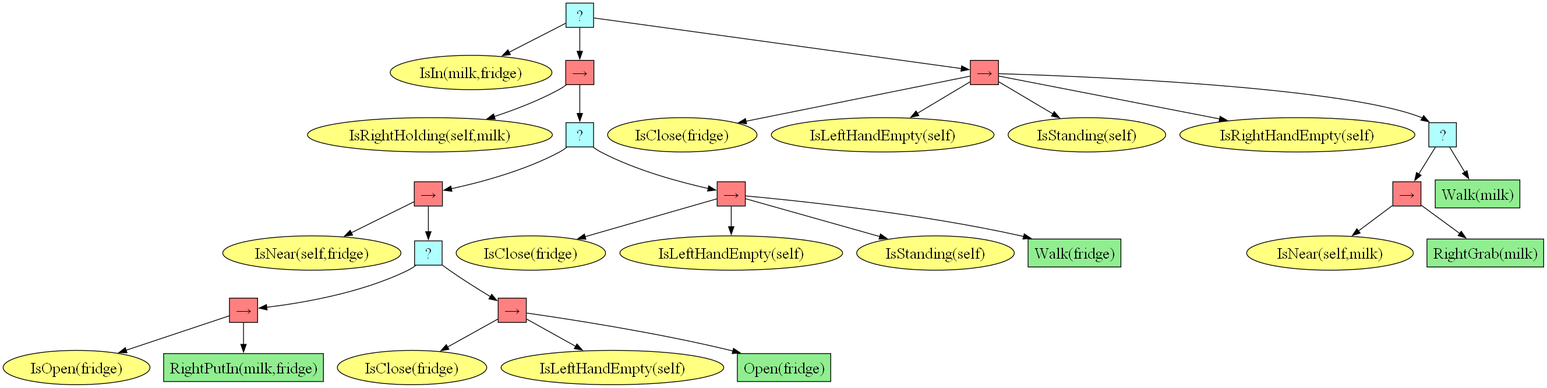
This is test_exp/behavior_tree.png from DIDS-EI/BTPG, a Graphviz export, as it was before one commit. Its source is kept beside it as test_exp/behavior_tree.dot.
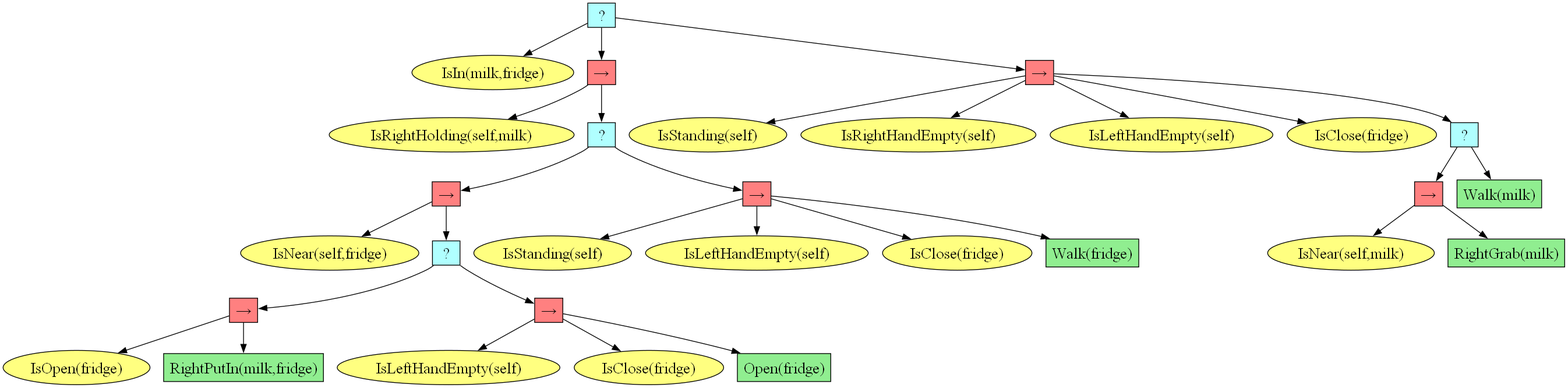
Above is the later version.

Change to the diagram source:
```diff
@@ -3,63 +3,63 @@
 graph [fontname="times-roman"];
 node [fontname="times-roman"];
 edge [fontname="times-roman"];
-"a46eadc3-27ec-4adf-96a3-890cd200cc27" [fillcolor="#B0FFFF", fontcolor=black, fontsize=20, height=0.01, label=" ? ", shape=box, style=filled, width=0.01];
-"a9acea59-6048-4a90-8210-d907d699d7d8" [fillcolor="#FFFF80", fontcolor=black, fontsize=20, label="IsIn(milk,fridge)", shape=ellipse, style=filled];
-"a46eadc3-27ec-4adf-96a3-890cd200cc27" -> "a9acea59-6048-4a90-8210-d907d699d7d8";
-"68315716-1e51-41d9-877a-0b3a08213ce9" [fillcolor="#FF8080", fontcolor=black, fontsize=20, height=0.01, label="&rarr;", shape=box, style=filled, width=0.01];
-"a46eadc3-27ec-4adf-96a3-890cd200cc27" -> "68315716-1e51-41d9-877a-0b3a08213ce9";
-"cc7287f9-1137-4a56-9074-dd95e4f66477" [fillcolor="#FFFF80", fontcolor=black, fontsize=20, label="IsRightHolding(self,milk)", shape=ellipse, style=filled];
-"68315716-1e51-41d9-877a-0b3a08213ce9" -> "cc7287f9-1137-4a56-9074-dd95e4f66477";
-"8f523590-a049-4112-8de7-5e03a2f4268b" [fillcolor="#B0FFFF", fontcolor=black, fontsize=20, height=0.01, label=" ? ", shape=box, style=filled, width=0.01];
-"68315716-1e51-41d9-877a-0b3a08213ce9" -> "8f523590-a049-4112-8de7-5e03a2f4268b";
-"ac23e1b0-89d6-4fae-aa65-ed3e8e965dc6" [fillcolor="#FF8080", fontcolor=black, fontsize=20, height=0.01, label="&rarr;", shape=box, style=filled, width=0.01];
-"8f523590-a049-4112-8de7-5e03a2f4268b" -> "ac23e1b0-89d6-4fae-aa65-ed3e8e965dc6";
-"3b6a2620-ef7e-481e-9e45-6eea16114779" [fillcolor="#FFFF80", fontcolor=black, fontsize=20, label="IsNear(self,fridge)", shape=ellipse, style=filled];
-"ac23e1b0-89d6-4fae-aa65-ed3e8e965dc6" -> "3b6a2620-ef7e-481e-9e45-6eea16114779";
-"738f4a8d-60db-4951-8834-002be80bdd5e" [fillcolor="#B0FFFF", fontcolor=black, fontsize=20, height=0.01, label=" ? ", shape=box, style=filled, width=0.01];
-"ac23e1b0-89d6-4fae-aa65-ed3e8e965dc6" -> "738f4a8d-60db-4951-8834-002be80bdd5e";
-"0d6a78b3-9109-48ae-9c02-592964888ff3" [fillcolor="#FF8080", fontcolor=black, fontsize=20, height=0.01, label="&rarr;", shape=box, style=filled, width=0.01];
-"738f4a8d-60db-4951-8834-002be80bdd5e" -> "0d6a78b3-9109-48ae-9c02-592964888ff3";
-"1bd25b28-ea69-46f0-9d62-8388e4032d95" [fillcolor="#FFFF80", fontcolor=black, fontsize=20, label="IsOpen(fridge)", shape=ellipse, style=filled];
-"0d6a78b3-9109-48ae-9c02-592964888ff3" -> "1bd25b28-ea69-46f0-9d62-8388e4032d95";
-"86f4e8c1-2d60-4565-bf8e-eb20f63efa3b" [fillcolor=lightgreen, fontcolor=black, fontsize=20, label="RightPutIn(milk,fridge)", shape=box, style=filled];
-"0d6a78b3-9109-48ae-9c02-592964888ff3" -> "86f4e8c1-2d60-4565-bf8e-eb20f63efa3b";
-"971e6832-4f3d-4677-a3e4-4293b97e8c82" [fillcolor="#FF8080", fontcolor=black, fontsize=20, height=0.01, label="&rarr;", shape=box, style=filled, width=0.01];
-"738f4a8d-60db-4951-8834-002be80bdd5e" -> "971e6832-4f3d-4677-a3e4-4293b97e8c82";
-"2deb9b88-0979-415e-b1fe-6a2657562557" [fillcolor="#FFFF80", fontcolor=black, fontsize=20, label="IsClose(fridge)", shape=ellipse, style=filled];
-"971e6832-4f3d-4677-a3e4-4293b97e8c82" -> "2deb9b88-0979-415e-b1fe-6a2657562557";
-"973bf3c3-8735-4a4a-8e83-fbb5358e21ee" [fillcolor="#FFFF80", fontcolor=black, fontsize=20, label="IsLeftHandEmpty(self)", shape=ellipse, style=filled];
-"971e6832-4f3d-4677-a3e4-4293b97e8c82" -> "973bf3c3-8735-4a4a-8e83-fbb5358e21ee";
-"10a78eb7-d6de-4457-bd77-d6c16107ddcd" [fillcolor=lightgreen, fontcolor=black, fontsize=20, label="Open(fridge)", shape=box, style=filled];
-"971e6832-4f3d-4677-a3e4-4293b97e8c82" -> "10a78eb7-d6de-4457-bd77-d6c16107ddcd";
-"657282d0-8dde-4da9-824a-4909bb9b3d2d" [fillcolor="#FF8080", fontcolor=black, fontsize=20, height=0.01, label="&rarr;", shape=box, style=filled, width=0.01];
-"8f523590-a049-4112-8de7-5e03a2f4268b" -> "657282d0-8dde-4da9-824a-4909bb9b3d2d";
-"7ecd673d-fa35-4767-abd4-fca6f2e95100" [fillcolor="#FFFF80", fontcolor=black, fontsize=20, label="IsClose(fridge)", shape=ellipse, style=filled];
-"657282d0-8dde-4da9-824a-4909bb9b3d2d" -> "7ecd673d-fa35-4767-abd4-fca6f2e95100";
-"8ad6e90d-318d-4590-b4f5-77c6f10cc664" [fillcolor="#FFFF80", fontcolor=black, fontsize=20, label="IsLeftHandEmpty(self)", shape=ellipse, style=filled];
-"657282d0-8dde-4da9-824a-4909bb9b3d2d" -> "8ad6e90d-318d-4590-b4f5-77c6f10cc664";
-"6dd47ea9-cdb0-425b-9711-1226fb8a5792" [fillcolor="#FFFF80", fontcolor=black, fontsize=20, label="IsStanding(self)", shape=ellipse, style=filled];
-"657282d0-8dde-4da9-824a-4909bb9b3d2d" -> "6dd47ea9-cdb0-425b-9711-1226fb8a5792";
-"2522106a-0f11-46b8-8105-2b21d2c10563" [fillcolor=lightgreen, fontcolor=black, fontsize=20, label="Walk(fridge)", shape=box, style=filled];
-"657282d0-8dde-4da9-824a-4909bb9b3d2d" -> "2522106a-0f11-46b8-8105-2b21d2c10563";
-"4fc85843-b207-4a21-9fa7-39cfb31cd918" [fillcolor="#FF8080", fontcolor=black, fontsize=20, height=0.01, label="&rarr;", shape=box, style=filled, width=0.01];
-"a46eadc3-27ec-4adf-96a3-890cd200cc27" -> "4fc85843-b207-4a21-9fa7-39cfb31cd918";
-"ef28cadd-b241-4b0a-a14d-cccd6c240576" [fillcolor="#FFFF80", fontcolor=black, fontsize=20, label="IsClose(fridge)", shape=ellipse, style=filled];
-"4fc85843-b207-4a21-9fa7-39cfb31cd918" -> "ef28cadd-b241-4b0a-a14d-cccd6c240576";
-"6cb7ceeb-b2e0-4aa0-9401-63122653ca96" [fillcolor="#FFFF80", fontcolor=black, fontsize=20, label="IsLeftHandEmpty(self)", shape=ellipse, style=filled];
-"4fc85843-b207-4a21-9fa7-39cfb31cd918" -> "6cb7ceeb-b2e0-4aa0-9401-63122653ca96";
-"540bdac5-07e6-4a92-8d72-5d6f9610b146" [fillcolor="#FFFF80", fontcolor=black, fontsize=20, label="IsStanding(self)", shape=ellipse, style=filled];
-"4fc85843-b207-4a21-9fa7-39cfb31cd918" -> "540bdac5-07e6-4a92-8d72-5d6f9610b146";
-"67725d48-deaf-4864-9c24-469d91c83885" [fillcolor="#FFFF80", fontcolor=black, fontsize=20, label="IsRightHandEmpty(self)", shape=ellipse, style=filled];
-"4fc85843-b207-4a21-9fa7-39cfb31cd918" -> "67725d48-deaf-4864-9c24-469d91c83885";
-"60d94476-21bc-4593-bbcc-3a79c36189ee" [fillcolor="#B0FFFF", fontcolor=black, fontsize=20, height=0.01, label=" ? ", shape=box, style=filled, width=0.01];
-"4fc85843-b207-4a21-9fa7-39cfb31cd918" -> "60d94476-21bc-4593-bbcc-3a79c36189ee";
-"7d56ab63-5818-4e8b-85fc-ba239fcc5a82" [fillcolor="#FF8080", fontcolor=black, fontsize=20, height=0.01, label="&rarr;", shape=box, style=filled, width=0.01];
-"60d94476-21bc-4593-bbcc-3a79c36189ee" -> "7d56ab63-5818-4e8b-85fc-ba239fcc5a82";
-"b5aea0f6-fc39-485f-a104-2f44c5efd761" [fillcolor="#FFFF80", fontcolor=black, fontsize=20, label="IsNear(self,milk)", shape=ellipse, style=filled];
-"7d56ab63-5818-4e8b-85fc-ba239fcc5a82" -> "b5aea0f6-fc39-485f-a104-2f44c5efd761";
-"9b561efd-1f25-4531-8c45-3f3c6ac0c2e7" [fillcolor=lightgreen, fontcolor=black, fontsize=20, label="RightGrab(milk)", shape=box, style=filled];
-"7d56ab63-5818-4e8b-85fc-ba239fcc5a82" -> "9b561efd-1f25-4531-8c45-3f3c6ac0c2e7";
-"4668183e-8ee6-4bd8-88d5-392fb7d5e2b2" [fillcolor=lightgreen, fontcolor=black, fontsize=20, label="Walk(milk)", shape=box, style=filled];
-"60d94476-21bc-4593-bbcc-3a79c36189ee" -> "4668183e-8ee6-4bd8-88d5-392fb7d5e2b2";
+"c7688205-d822-4662-b0c9-2bfce479451b" [fillcolor="#B0FFFF", fontcolor=black, fontsize=20, height=0.01, label=" ? ", shape=box, style=filled, width=0.01];
+"ae48b1bf-c1aa-45d0-afc9-f6ceeea7d884" [fillcolor="#FFFF80", fontcolor=black, fontsize=20, label="IsIn(milk,fridge)", shape=ellipse, style=filled];
+"c7688205-d822-4662-b0c9-2bfce479451b" -> "ae48b1bf-c1aa-45d0-afc9-f6ceeea7d884";
+"100a4e41-2113-4985-a70c-a9d3ca16a3f3" [fillcolor="#FF8080", fontcolor=black, fontsize=20, height=0.01, label="&rarr;", shape=box, style=filled, width=0.01];
+"c7688205-d822-4662-b0c9-2bfce479451b" -> "100a4e41-2113-4985-a70c-a9d3ca16a3f3";
+"48438653-9cce-4dfd-8468-2c7459c35900" [fillcolor="#FFFF80", fontcolor=black, fontsize=20, label="IsRightHolding(self,milk)", shape=ellipse, style=filled];
+"100a4e41-2113-4985-a70c-a9d3ca16a3f3" -> "48438653-9cce-4dfd-8468-2c7459c35900";
+"c4139657-e822-40df-829b-d87a43d762bf" [fillcolor="#B0FFFF", fontcolor=black, fontsize=20, height=0.01, label=" ? ", shape=box, style=filled, width=0.01];
+"100a4e41-2113-4985-a70c-a9d3ca16a3f3" -> "c4139657-e822-40df-829b-d87a43d762bf";
+"3ae56e64-f709-40e7-9c20-b3fd5769cd84" [fillcolor="#FF8080", fontcolor=black, fontsize=20, height=0.01, label="&rarr;", shape=box, style=filled, width=0.01];
+"c4139657-e822-40df-829b-d87a43d762bf" -> "3ae56e64-f709-40e7-9c20-b3fd5769cd84";
+"3d3ffbe0-b7fb-4770-8fc8-be560e5ec0ac" [fillcolor="#FFFF80", fontcolor=black, fontsize=20, label="IsNear(self,fridge)", shape=ellipse, style=filled];
+"3ae56e64-f709-40e7-9c20-b3fd5769cd84" -> "3d3ffbe0-b7fb-4770-8fc8-be560e5ec0ac";
+"66c8e265-5838-49cc-83fa-c169980f49fc" [fillcolor="#B0FFFF", fontcolor=black, fontsize=20, height=0.01, label=" ? ", shape=box, style=filled, width=0.01];
+"3ae56e64-f709-40e7-9c20-b3fd5769cd84" -> "66c8e265-5838-49cc-83fa-c169980f49fc";
+"13195f3a-8574-45e8-b3db-f0c0350d9f56" [fillcolor="#FF8080", fontcolor=black, fontsize=20, height=0.01, label="&rarr;", shape=box, style=filled, width=0.01];
+"66c8e265-5838-49cc-83fa-c169980f49fc" -> "13195f3a-8574-45e8-b3db-f0c0350d9f56";
+"d4527820-4f83-4629-8331-2dd7d59ab13f" [fillcolor="#FFFF80", fontcolor=black, fontsize=20, label="IsOpen(fridge)", shape=ellipse, style=filled];
+"13195f3a-8574-45e8-b3db-f0c0350d9f56" -> "d4527820-4f83-4629-8331-2dd7d59ab13f";
+"da97b922-dc94-4eb4-8929-3769aae792d1" [fillcolor=lightgreen, fontcolor=black, fontsize=20, label="RightPutIn(milk,fridge)", shape=box, style=filled];
+"13195f3a-8574-45e8-b3db-f0c0350d9f56" -> "da97b922-dc94-4eb4-8929-3769aae792d1";
+"5eab764e-2bb2-412a-8f04-e7fa458c0e4f" [fillcolor="#FF8080", fontcolor=black, fontsize=20, height=0.01, label="&rarr;", shape=box, style=filled, width=0.01];
+"66c8e265-5838-49cc-83fa-c169980f49fc" -> "5eab764e-2bb2-412a-8f04-e7fa458c0e4f";
+"425233f8-37ed-4bc8-8aec-2b58bfd41680" [fillcolor="#FFFF80", fontcolor=black, fontsize=20, label="IsLeftHandEmpty(self)", shape=ellipse, style=filled];
+"5eab764e-2bb2-412a-8f04-e7fa458c0e4f" -> "425233f8-37ed-4bc8-8aec-2b58bfd41680";
+"675b364b-e822-4a88-96f6-615ca3b765e1" [fillcolor="#FFFF80", fontcolor=black, fontsize=20, label="IsClose(fridge)", shape=ellipse, style=filled];
+"5eab764e-2bb2-412a-8f04-e7fa458c0e4f" -> "675b364b-e822-4a88-96f6-615ca3b765e1";
+"e83f7452-eb40-4814-9429-a7595b9d20dd" [fillcolor=lightgreen, fontcolor=black, fontsize=20, label="Open(fridge)", shape=box, style=filled];
+"5eab764e-2bb2-412a-8f04-e7fa458c0e4f" -> "e83f7452-eb40-4814-9429-a7595b9d20dd";
+"4b62cca9-1c18-4dba-aad9-d83a62057697" [fillcolor="#FF8080", fontcolor=black, fontsize=20, height=0.01, label="&rarr;", shape=box, style=filled, width=0.01];
+"c4139657-e822-40df-829b-d87a43d762bf" -> "4b62cca9-1c18-4dba-aad9-d83a62057697";
+"d3edb552-658a-46ed-9b51-f656b5af4041" [fillcolor="#FFFF80", fontcolor=black, fontsize=20, label="IsStanding(self)", shape=ellipse, style=filled];
+"4b62cca9-1c18-4dba-aad9-d83a62057697" -> "d3edb552-658a-46ed-9b51-f656b5af4041";
+"4b2bc372-5c63-4575-b497-8f2d05e8f5f7" [fillcolor="#FFFF80", fontcolor=black, fontsize=20, label="IsLeftHandEmpty(self)", shape=ellipse, style=filled];
+"4b62cca9-1c18-4dba-aad9-d83a62057697" -> "4b2bc372-5c63-4575-b497-8f2d05e8f5f7";
+"e19f6ec3-da29-466e-bbde-3c3e915ee099" [fillcolor="#FFFF80", fontcolor=black, fontsize=20, label="IsClose(fridge)", shape=ellipse, style=filled];
+"4b62cca9-1c18-4dba-aad9-d83a62057697" -> "e19f6ec3-da29-466e-bbde-3c3e915ee099";
+"0f4bfef8-c01c-43f5-a64b-c18158663964" [fillcolor=lightgreen, fontcolor=black, fontsize=20, label="Walk(fridge)", shape=box, style=filled];
+"4b62cca9-1c18-4dba-aad9-d83a62057697" -> "0f4bfef8-c01c-43f5-a64b-c18158663964";
+"34989963-512b-4ea7-aee9-b9853af4fb1a" [fillcolor="#FF8080", fontcolor=black, fontsize=20, height=0.01, label="&rarr;", shape=box, style=filled, width=0.01];
+"c7688205-d822-4662-b0c9-2bfce479451b" -> "34989963-512b-4ea7-aee9-b9853af4fb1a";
+"e29a4e56-f597-4acf-9b5c-4d0d422c48b8" [fillcolor="#FFFF80", fontcolor=black, fontsize=20, label="IsStanding(self)", shape=ellipse, style=filled];
+"34989963-512b-4ea7-aee9-b9853af4fb1a" -> "e29a4e56-f597-4acf-9b5c-4d0d422c48b8";
+"93962b33-25f8-42cd-9fbe-938fccf03844" [fillcolor="#FFFF80", fontcolor=black, fontsize=20, label="IsRightHandEmpty(self)", shape=ellipse, style=filled];
+"34989963-512b-4ea7-aee9-b9853af4fb1a" -> "93962b33-25f8-42cd-9fbe-938fccf03844";
+"0ba8cfa8-90f9-450b-af38-45784415f1e5" [fillcolor="#FFFF80", fontcolor=black, fontsize=20, label="IsLeftHandEmpty(self)", shape=ellipse, style=filled];
+"34989963-512b-4ea7-aee9-b9853af4fb1a" -> "0ba8cfa8-90f9-450b-af38-45784415f1e5";
+"f319aa3c-40ec-40b5-86b7-2db81039c985" [fillcolor="#FFFF80", fontcolor=black, fontsize=20, label="IsClose(fridge)", shape=ellipse, style=filled];
+"34989963-512b-4ea7-aee9-b9853af4fb1a" -> "f319aa3c-40ec-40b5-86b7-2db81039c985";
+"bf8bbeba-260c-4503-b782-381ee3cefb14" [fillcolor="#B0FFFF", fontcolor=black, fontsize=20, height=0.01, label=" ? ", shape=box, style=filled, width=0.01];
+"34989963-512b-4ea7-aee9-b9853af4fb1a" -> "bf8bbeba-260c-4503-b782-381ee3cefb14";
+"9d624908-fe9c-4c1d-b10b-f8e81710ba36" [fillcolor="#FF8080", fontcolor=black, fontsize=20, height=0.01, label="&rarr;", shape=box, style=filled, width=0.01];
+"bf8bbeba-260c-4503-b782-381ee3cefb14" -> "9d624908-fe9c-4c1d-b10b-f8e81710ba36";
+"1058e5d2-0406-456e-bdcb-d8eb777b1c45" [fillcolor="#FFFF80", fontcolor=black, fontsize=20, label="IsNear(self,milk)", shape=ellipse, style=filled];
+"9d624908-fe9c-4c1d-b10b-f8e81710ba36" -> "1058e5d2-0406-456e-bdcb-d8eb777b1c45";
+"d68b480e-c005-4549-bb4e-482b957f0d77" [fillcolor=lightgreen, fontcolor=black, fontsize=20, label="RightGrab(milk)", shape=box, style=filled];
+"9d624908-fe9c-4c1d-b10b-f8e81710ba36" -> "d68b480e-c005-4549-bb4e-482b957f0d77";
+"ac99761f-52bc-40f4-86e9-3741a9f1bb85" [fillcolor=lightgreen, fontcolor=black, fontsize=20, label="Walk(milk)", shape=box, style=filled];
+"bf8bbeba-260c-4503-b782-381ee3cefb14" -> "ac99761f-52bc-40f4-86e9-3741a9f1bb85";
 }
```
